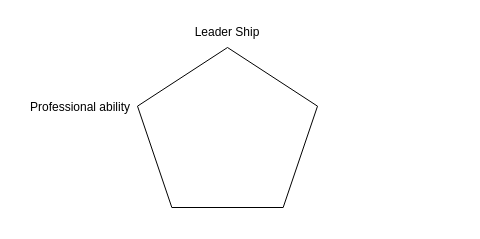
This is 技术领导力.drawio from rexlin600/diagrams, a draw.io file, before an edit. Source tidied: cells renumbered, new cells numbered last; positions are measured from the earlier drawing's top-left corner, leaving out a move shared by most shapes. Both pictures are drawn from the tidied source at 100%, with x=0, y=0 at pixel (23, 17).
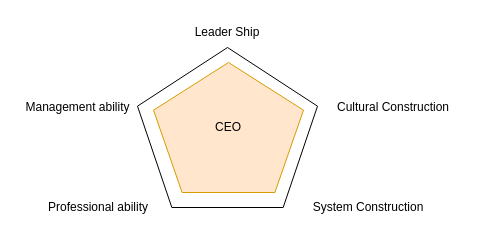
After the change.

Commit message (it also covers changes not shown here):
更新技术领导力.drawio

Diff of the diagram source:
```diff
@@
 <mxGraphModel>
   <root>
     <mxCell id="0" />
     <mxCell id="1" parent="0" />
     <mxCell id="2" style="whiteSpace=wrap;html=1;shape=mxgraph.basic.pentagon;" parent="1" vertex="1">
       <mxGeometry x="114" y="30" width="180" height="160" as="geometry" />
     </mxCell>
     <mxCell id="3" value="Leader Ship" style="text;html=1;strokeColor=none;fillColor=none;align=center;verticalAlign=middle;whiteSpace=wrap;rounded=0;" parent="1" vertex="1">
       <mxGeometry x="166" width="76" height="30" as="geometry" />
     </mxCell>
     <mxCell id="4" value="Professional ability" style="text;html=1;strokeColor=none;fillColor=none;align=center;verticalAlign=middle;whiteSpace=wrap;rounded=0;" parent="1" vertex="1">
-      <mxGeometry y="75" width="114" height="30" as="geometry" />
+      <mxGeometry x="20" y="175" width="110" height="30" as="geometry" />
     </mxCell>
+    <mxCell id="5" value="Cultural Construction" style="text;html=1;strokeColor=none;fillColor=none;align=center;verticalAlign=middle;whiteSpace=wrap;rounded=0;" parent="1" vertex="1">
+      <mxGeometry x="300" y="75" width="140" height="30" as="geometry" />
+    </mxCell>
+    <mxCell id="6" value="System Construction" style="text;html=1;strokeColor=none;fillColor=none;align=center;verticalAlign=middle;whiteSpace=wrap;rounded=0;" parent="1" vertex="1">
+      <mxGeometry x="280" y="175" width="130" height="30" as="geometry" />
+    </mxCell>
+    <mxCell id="7" value="Management ability" style="text;html=1;align=center;verticalAlign=middle;strokeColor=none;fillColor=none;" parent="1" vertex="1">
+      <mxGeometry x="-6" y="80" width="120" height="20" as="geometry" />
+    </mxCell>
+    <mxCell id="8" value="CEO" style="whiteSpace=wrap;html=1;shape=mxgraph.basic.pentagon;fillColor=#ffe6cc;strokeColor=#d79b00;" parent="1" vertex="1">
+      <mxGeometry x="130" y="45" width="150" height="130" as="geometry" />
+    </mxCell>
   </root>
 </mxGraphModel>
```
